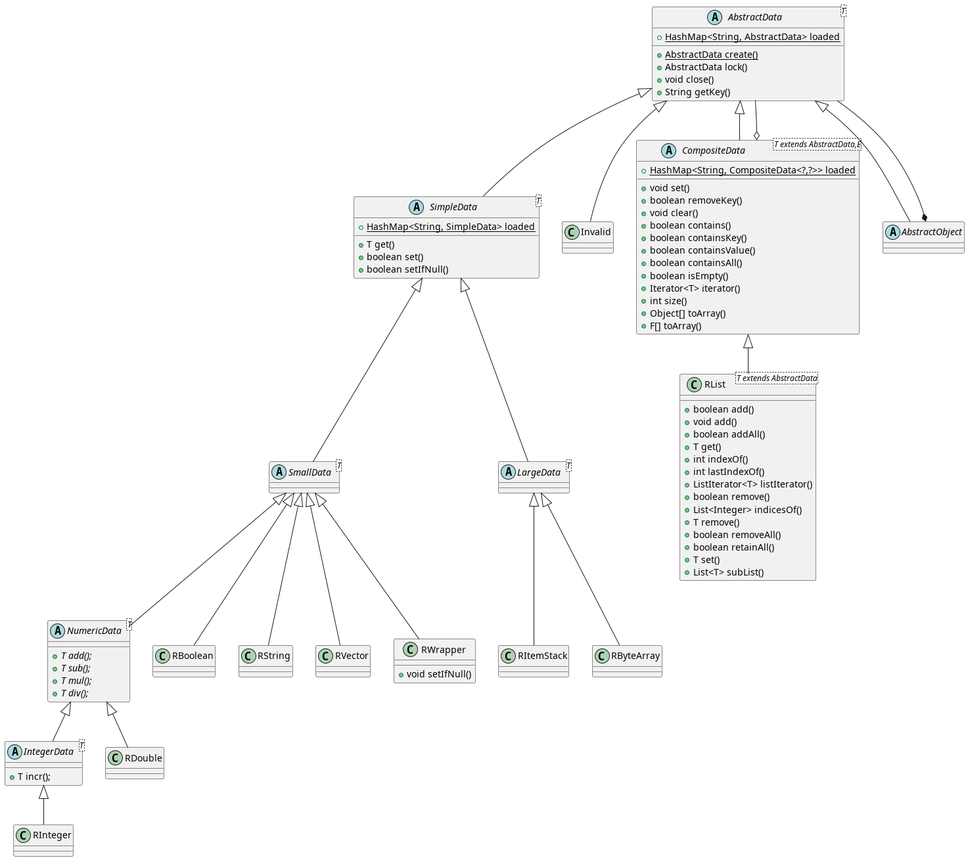
The PlantUML diagram out/DataTypes/DataType.png in chrisb09/firecord, before a commit.
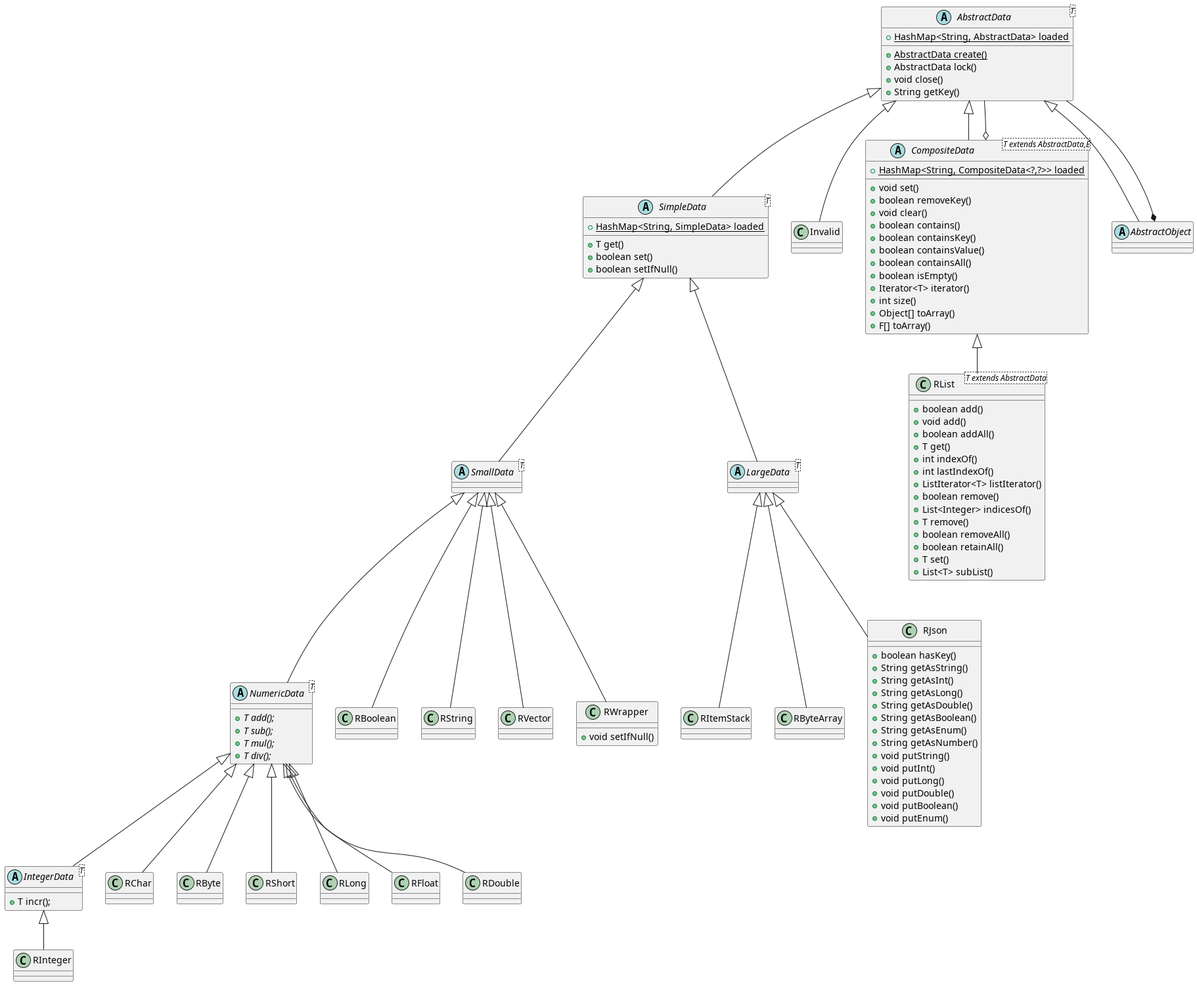
Later version of the same file.

Commit message:
update DataTypes diagram

The edit, as a diff of the source:
```diff
@@ -44,6 +44,10 @@
 
 }
 
+class RChar extends NumericData {
+
+}
+
 class RString extends SmallData {
 
 }
@@ -56,7 +60,23 @@
     + void setIfNull()
 }
 
+class RByte extends NumericData {
+
+}
+
+class RShort extends NumericData {
+
+}
+
 class RInteger extends IntegerData {
+
+}
+
+class RLong extends NumericData {
+
+}
+
+class RFloat extends NumericData {
 
 }
 
@@ -71,6 +91,23 @@
 
 class RByteArray extends LargeData {
 
+}
+
+class RJson extends LargeData {
+    + boolean hasKey()
+    + String getAsString()
+    + String getAsInt()
+    + String getAsLong()
+    + String getAsDouble()
+    + String getAsBoolean()
+    + String getAsEnum()
+    + String getAsNumber()
+    + void putString()
+    + void putInt()
+    + void putLong()
+    + void putDouble()
+    + void putBoolean()
+    + void putEnum()
 }
 
 
```
